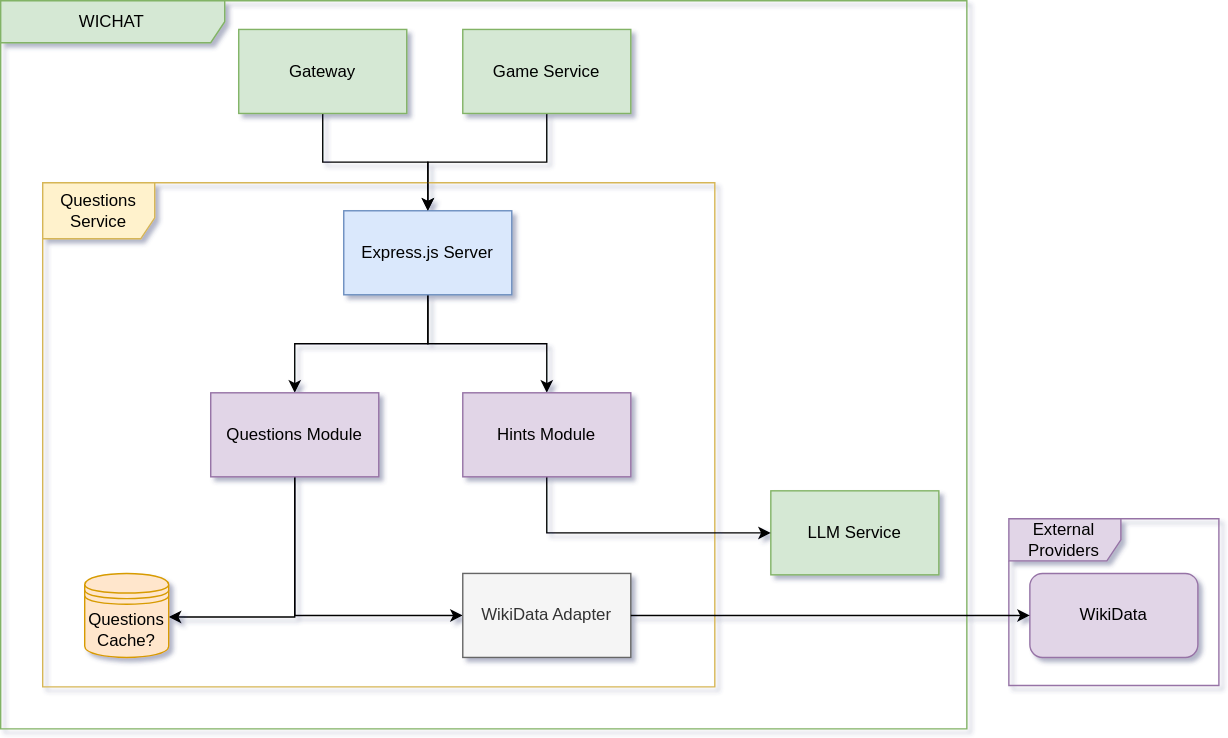
Above: docs/images/build_block_view/questions_service.drawio.svg in Arquisoft/wichat_en1c (draw.io), before the change. Source tidied: cells renumbered, new cells last; positions are measured from the earlier drawing's top-left corner, leaving out a move shared by most shapes.
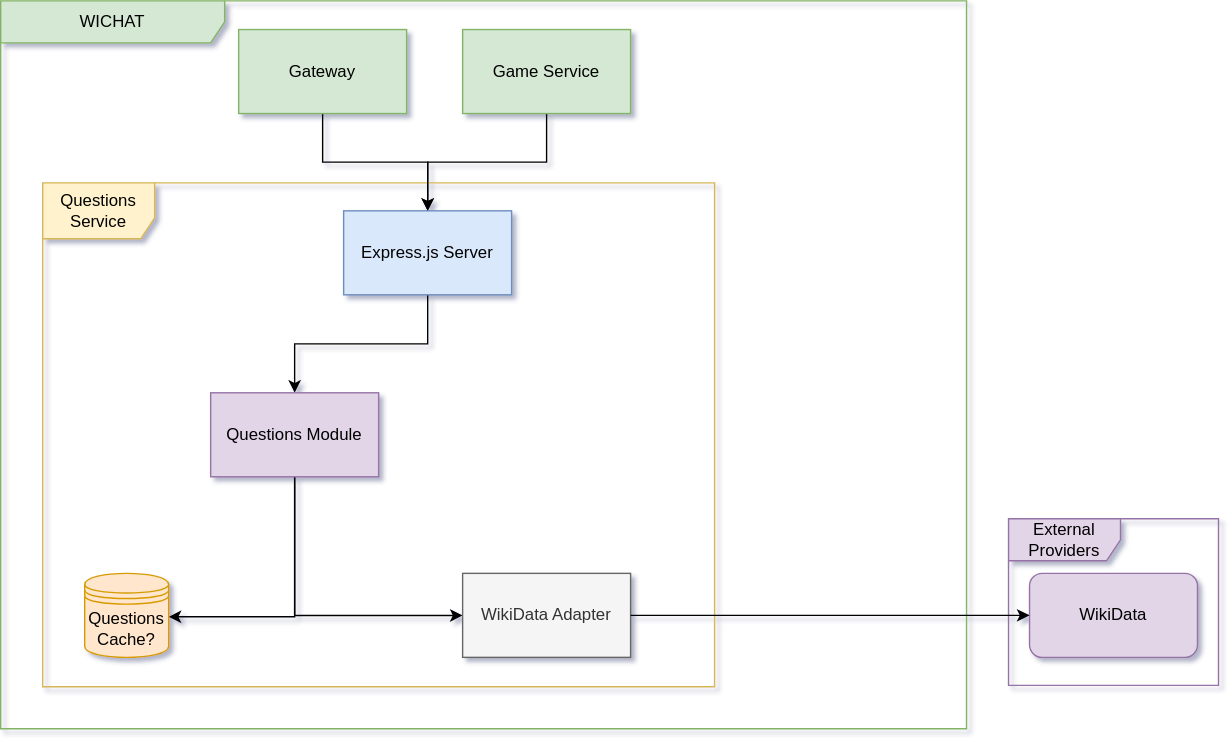
Later version of the same file.

Commit message:
docs: :bug: fixed hints design

Change to the diagram source:
```diff
@@ -5,7 +5,7 @@
     <mxCell id="2" value="WICHAT" style="shape=umlFrame;whiteSpace=wrap;html=1;width=160;fillColor=#d5e8d4;strokeColor=#82b366;" parent="1" vertex="1">
       <mxGeometry width="690" height="520" as="geometry" />
     </mxCell>
-    <mxCell id="3" style="edgeStyle=orthogonalEdgeStyle;rounded=0;jettySize=auto;html=1;" parent="2" edge="1" source="4" target="8">
+    <mxCell id="3" style="edgeStyle=orthogonalEdgeStyle;rounded=0;jettySize=auto;html=1;" parent="2" edge="1" source="4" target="7">
       <mxGeometry relative="1" as="geometry" />
     </mxCell>
     <mxCell id="4" value="Gateway" style="rounded=0;whiteSpace=wrap;html=1;fillColor=#d5e8d4;strokeColor=#82b366;" parent="2" vertex="1">
@@ -14,65 +14,49 @@
     <mxCell id="5" value="Questions Service" style="shape=umlFrame;whiteSpace=wrap;html=1;fillColor=#fff2cc;strokeColor=#d6b656;fillStyle=auto;width=80;height=40;" parent="2" vertex="1">
       <mxGeometry x="30" y="130" width="480" height="360" as="geometry" />
     </mxCell>
-    <mxCell id="6" style="edgeStyle=orthogonalEdgeStyle;rounded=0;jettySize=auto;html=1;" parent="2" edge="1" source="8" target="14">
+    <mxCell id="6" style="edgeStyle=orthogonalEdgeStyle;rounded=0;jettySize=auto;html=1;" parent="2" edge="1" source="7" target="12">
       <mxGeometry relative="1" as="geometry" />
     </mxCell>
-    <mxCell id="7" style="edgeStyle=orthogonalEdgeStyle;rounded=0;jettySize=auto;html=1;" parent="2" edge="1" source="8" target="16">
-      <mxGeometry relative="1" as="geometry" />
+    <mxCell id="7" value="Express.js Server" style="rounded=0;whiteSpace=wrap;html=1;fillColor=#dae8fc;strokeColor=#6c8ebf;" parent="2" vertex="1">
+      <mxGeometry x="245" y="150" width="120" height="60" as="geometry" />
     </mxCell>
-    <mxCell id="8" value="Express.js Server" style="rounded=0;whiteSpace=wrap;html=1;fillColor=#dae8fc;strokeColor=#6c8ebf;" parent="2" vertex="1">
-      <mxGeometry x="245" y="150" width="120" height="60" as="geometry" />
+    <mxCell id="8" style="edgeStyle=orthogonalEdgeStyle;rounded=0;jettySize=auto;html=1;" parent="2" edge="1" source="9" target="7">
+      <mxGeometry relative="1" as="geometry" />
     </mxCell>
-    <mxCell id="9" style="edgeStyle=orthogonalEdgeStyle;rounded=0;jettySize=auto;html=1;" parent="2" edge="1" source="10" target="8">
-      <mxGeometry relative="1" as="geometry" />
+    <mxCell id="9" value="Game Service" style="rounded=0;whiteSpace=wrap;html=1;fillColor=#d5e8d4;strokeColor=#82b366;" parent="2" vertex="1">
+      <mxGeometry x="330" y="20.5" width="120" height="60" as="geometry" />
     </mxCell>
-    <mxCell id="10" value="Game Service" style="rounded=0;whiteSpace=wrap;html=1;fillColor=#d5e8d4;strokeColor=#82b366;" parent="2" vertex="1">
-      <mxGeometry x="330" y="20.5" width="120" height="60" as="geometry" />
+    <mxCell id="10" style="edgeStyle=orthogonalEdgeStyle;rounded=0;jettySize=auto;html=1;" parent="2" edge="1" source="12" target="13">
+      <mxGeometry relative="1" as="geometry">
+        <Array as="points">
+          <mxPoint x="210" y="439" />
+        </Array>
+      </mxGeometry>
     </mxCell>
-    <mxCell id="11" value="LLM Service" style="rounded=0;whiteSpace=wrap;html=1;fillColor=#d5e8d4;strokeColor=#82b366;" parent="2" vertex="1">
-      <mxGeometry x="550" y="350" width="120" height="60" as="geometry" />
+    <mxCell id="11" style="edgeStyle=orthogonalEdgeStyle;rounded=0;jettySize=auto;html=1;" parent="2" edge="1" source="12" target="17">
+      <mxGeometry relative="1" as="geometry">
+        <Array as="points">
+          <mxPoint x="210" y="440" />
+        </Array>
+      </mxGeometry>
     </mxCell>
-    <mxCell id="12" style="edgeStyle=orthogonalEdgeStyle;rounded=0;jettySize=auto;html=1;" parent="2" edge="1" source="14" target="17">
-      <mxGeometry relative="1" as="geometry">
-        <Array as="points">
-          <mxPoint x="210" y="439" />
-        </Array>
-      </mxGeometry>
+    <mxCell id="12" value="Questions Module" style="whiteSpace=wrap;html=1;fillColor=#e1d5e7;strokeColor=#9673a6;" parent="2" vertex="1">
+      <mxGeometry x="150" y="280" width="120" height="60" as="geometry" />
     </mxCell>
-    <mxCell id="13" style="edgeStyle=orthogonalEdgeStyle;rounded=0;jettySize=auto;html=1;" parent="2" edge="1" source="14" target="21">
-      <mxGeometry relative="1" as="geometry">
-        <Array as="points">
-          <mxPoint x="210" y="440" />
-        </Array>
-      </mxGeometry>
+    <mxCell id="13" value="WikiData Adapter" style="whiteSpace=wrap;html=1;fillColor=#f5f5f5;strokeColor=#666666;fontColor=#333333;" parent="2" vertex="1">
+      <mxGeometry x="330" y="409" width="120" height="60" as="geometry" />
     </mxCell>
-    <mxCell id="14" value="Questions Module" style="whiteSpace=wrap;html=1;fillColor=#e1d5e7;strokeColor=#9673a6;" parent="2" vertex="1">
-      <mxGeometry x="150" y="280" width="120" height="60" as="geometry" />
+    <mxCell id="14" value="External Providers" style="shape=umlFrame;whiteSpace=wrap;html=1;fillColor=#e1d5e7;strokeColor=#9673a6;width=80;height=30;" parent="2" vertex="1">
+      <mxGeometry x="720" y="370" width="150" height="119" as="geometry" />
     </mxCell>
-    <mxCell id="15" style="edgeStyle=orthogonalEdgeStyle;rounded=0;jettySize=auto;html=1;exitX=0.5;exitY=1;exitDx=0;exitDy=0;" parent="2" edge="1" source="16" target="11">
-      <mxGeometry relative="1" as="geometry">
-        <Array as="points">
-          <mxPoint x="390" y="380" />
-        </Array>
-      </mxGeometry>
+    <mxCell id="15" value="WikiData" style="rounded=1;whiteSpace=wrap;html=1;fillColor=#e1d5e7;strokeColor=#9673a6;" parent="2" vertex="1">
+      <mxGeometry x="735" y="409" width="120" height="60" as="geometry" />
     </mxCell>
-    <mxCell id="16" value="Hints Module" style="whiteSpace=wrap;html=1;fillColor=#e1d5e7;strokeColor=#9673a6;" parent="2" vertex="1">
-      <mxGeometry x="330" y="280" width="120" height="60" as="geometry" />
+    <mxCell id="16" style="edgeStyle=orthogonalEdgeStyle;rounded=0;jettySize=auto;html=1;" parent="2" edge="1" source="13" target="15">
+      <mxGeometry relative="1" as="geometry" />
     </mxCell>
-    <mxCell id="17" value="WikiData Adapter" style="whiteSpace=wrap;html=1;fillColor=#f5f5f5;strokeColor=#666666;fontColor=#333333;" parent="2" vertex="1">
-      <mxGeometry x="330" y="409" width="120" height="60" as="geometry" />
+    <mxCell id="17" value="Questions Cache?" style="shape=datastore;whiteSpace=wrap;html=1;fillColor=#ffe6cc;strokeColor=#d79b00;" parent="2" vertex="1">
+      <mxGeometry x="60" y="409" width="60" height="60" as="geometry" />
     </mxCell>
-    <mxCell id="18" value="External Providers" style="shape=umlFrame;whiteSpace=wrap;html=1;fillColor=#e1d5e7;strokeColor=#9673a6;width=80;height=30;" parent="2" vertex="1">
-      <mxGeometry x="720" y="370" width="150" height="119" as="geometry" />
-    </mxCell>
-    <mxCell id="19" value="WikiData" style="rounded=1;whiteSpace=wrap;html=1;fillColor=#e1d5e7;strokeColor=#9673a6;" parent="2" vertex="1">
-      <mxGeometry x="735" y="409" width="120" height="60" as="geometry" />
-    </mxCell>
-    <mxCell id="20" style="edgeStyle=orthogonalEdgeStyle;rounded=0;jettySize=auto;html=1;" parent="2" edge="1" source="17" target="19">
-      <mxGeometry relative="1" as="geometry" />
-    </mxCell>
-    <mxCell id="21" value="Questions Cache?" style="shape=datastore;whiteSpace=wrap;html=1;fillColor=#ffe6cc;strokeColor=#d79b00;" parent="2" vertex="1">
-      <mxGeometry x="60" y="409" width="60" height="60" as="geometry" />
-    </mxCell>
   </root>
 </mxGraphModel>
```
